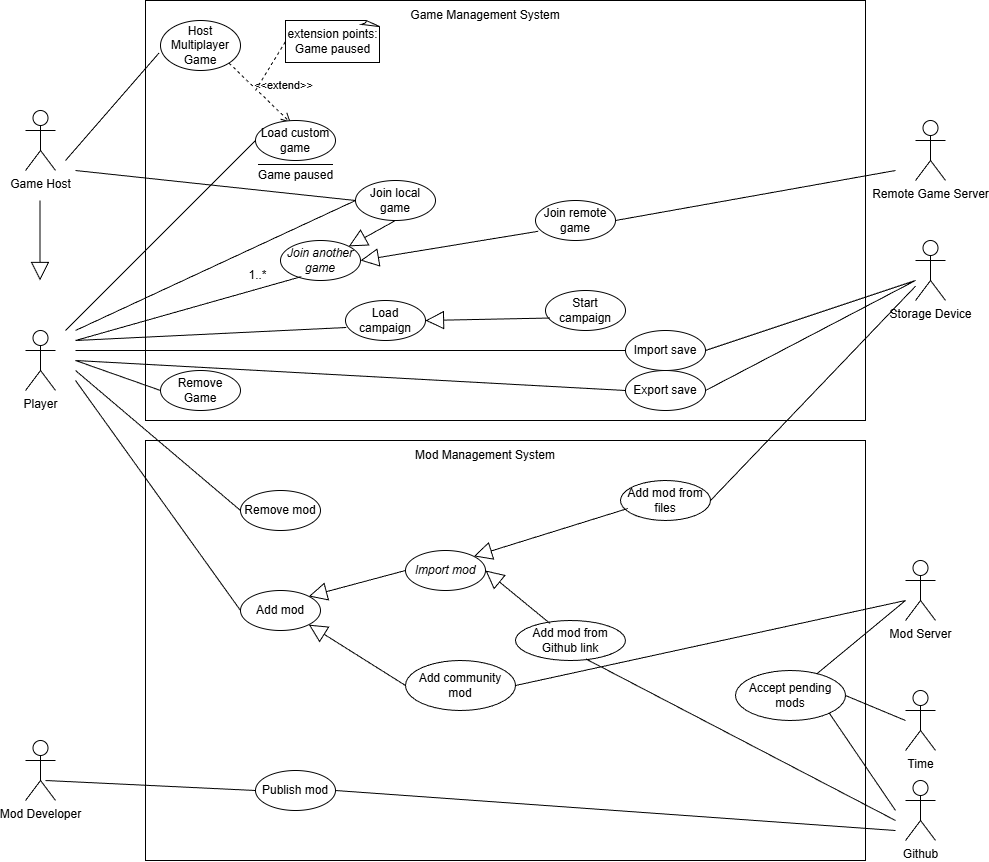
This is SE202526/Milestone2/UseCases/DiogoAntunes/UseCaseDiagram.png from gabits17/Mindustry-Add-ons-SE-Project, a draw.io export, as it was before one commit. Source tidied: cells renumbered, new cells last; positions are measured from the earlier drawing's top-left corner, leaving out a move shared by most shapes.
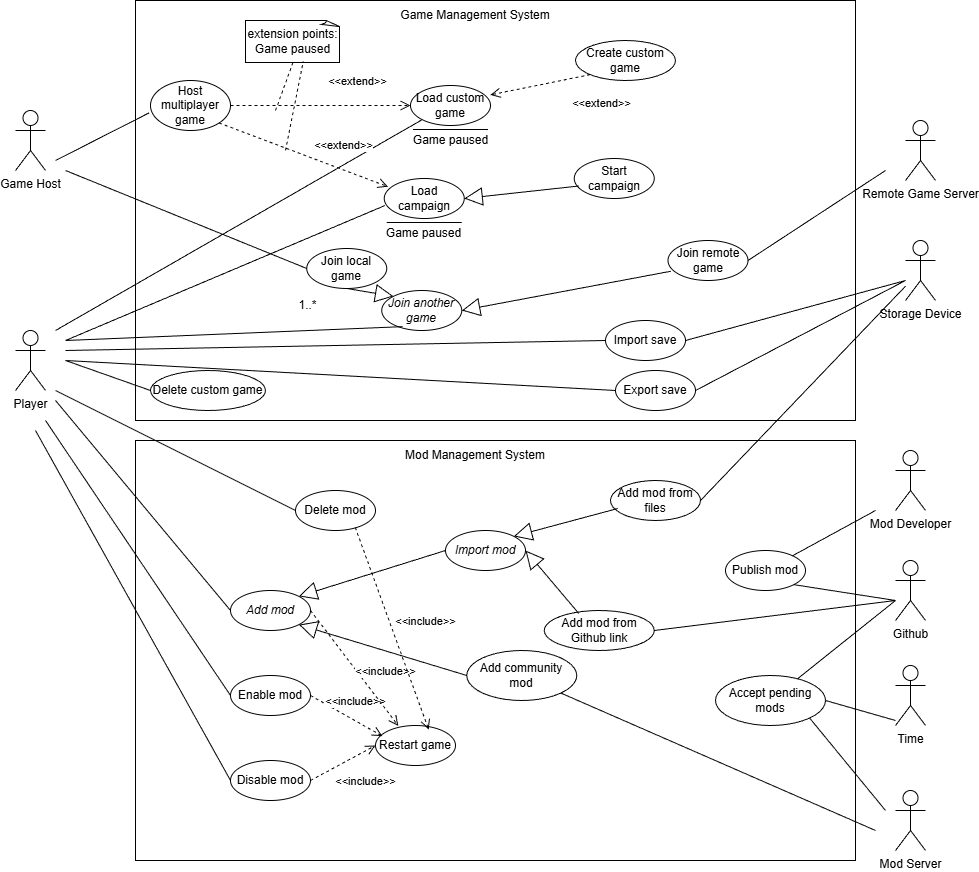
Later version of the same file.

Commit message:
Diogo Antunes 67763: Use Cases

Diff of the diagram source:
```diff
@@ -3,7 +3,7 @@
     <mxCell id="0" />
     <mxCell id="1" parent="0" />
     <mxCell id="2" value="Github" style="shape=umlActor;verticalLabelPosition=bottom;verticalAlign=top;html=1;" parent="1" vertex="1">
-      <mxGeometry x="880" y="780" width="30" height="60" as="geometry" />
+      <mxGeometry x="880" y="560" width="30" height="60" as="geometry" />
     </mxCell>
     <mxCell id="3" style="rounded=0;whiteSpace=wrap;html=1;" parent="1" vertex="1">
       <mxGeometry x="120" width="720" height="420" as="geometry" />
@@ -12,7 +12,7 @@
       <mxGeometry x="330" width="260" height="30" as="geometry" />
     </mxCell>
     <mxCell id="5" value="Mod Developer" style="shape=umlActor;verticalLabelPosition=bottom;verticalAlign=top;html=1;" parent="1" vertex="1">
-      <mxGeometry y="740" width="30" height="60" as="geometry" />
+      <mxGeometry x="880" y="450" width="30" height="60" as="geometry" />
     </mxCell>
     <mxCell id="6" value="Game Host" style="shape=umlActor;verticalLabelPosition=bottom;verticalAlign=top;html=1;" parent="1" vertex="1">
       <mxGeometry y="110" width="30" height="60" as="geometry" />
@@ -24,45 +24,39 @@
       <mxGeometry x="330" y="440" width="260" height="30" as="geometry" />
     </mxCell>
     <mxCell id="9" value="Publish mod" style="ellipse;whiteSpace=wrap;html=1;" parent="1" vertex="1">
-      <mxGeometry x="230" y="770" width="80" height="40" as="geometry" />
+      <mxGeometry x="710" y="550" width="80" height="40" as="geometry" />
     </mxCell>
-    <mxCell id="10" value="Add mod" style="ellipse;whiteSpace=wrap;html=1;" parent="1" vertex="1">
+    <mxCell id="10" value="&lt;i&gt;Add mod&lt;/i&gt;" style="ellipse;whiteSpace=wrap;html=1;" parent="1" vertex="1">
       <mxGeometry x="215" y="590" width="80" height="40" as="geometry" />
     </mxCell>
-    <mxCell id="11" value="Remove mod" style="ellipse;whiteSpace=wrap;html=1;" parent="1" vertex="1">
-      <mxGeometry x="215" y="490" width="80" height="40" as="geometry" />
+    <mxCell id="11" value="Delete mod" style="ellipse;whiteSpace=wrap;html=1;" parent="1" vertex="1">
+      <mxGeometry x="280" y="490" width="80" height="40" as="geometry" />
     </mxCell>
-    <mxCell id="12" style="endArrow=block;endSize=16;endFill=0;html=1;rounded=0;" parent="1" edge="1">
-      <mxGeometry relative="1" as="geometry">
-        <mxPoint x="14.5" y="200" as="sourcePoint" />
-        <mxPoint x="14.5" y="280" as="targetPoint" />
-      </mxGeometry>
-    </mxCell>
-    <mxCell id="13" style="endArrow=none;html=1;rounded=0;entryX=0;entryY=0.5;entryDx=0;entryDy=0;" parent="1" edge="1" target="9">
+    <mxCell id="13" style="endArrow=none;html=1;rounded=0;" parent="1" edge="1" target="9">
       <mxGeometry relative="1" as="geometry">
-        <mxPoint x="20" y="780" as="sourcePoint" />
+        <mxPoint x="860" y="510" as="sourcePoint" />
       </mxGeometry>
     </mxCell>
     <mxCell id="14" value="&lt;i&gt;Import mod&lt;/i&gt;" style="ellipse;whiteSpace=wrap;html=1;" parent="1" vertex="1">
-      <mxGeometry x="380" y="550" width="80" height="40" as="geometry" />
+      <mxGeometry x="430" y="530" width="80" height="40" as="geometry" />
     </mxCell>
     <mxCell id="15" value="Add mod from Github link" style="ellipse;whiteSpace=wrap;html=1;" parent="1" vertex="1">
-      <mxGeometry x="490" y="620" width="110" height="40" as="geometry" />
+      <mxGeometry x="528.8" y="610" width="110" height="40" as="geometry" />
     </mxCell>
     <mxCell id="16" value="Add mod from files" style="ellipse;whiteSpace=wrap;html=1;" parent="1" vertex="1">
       <mxGeometry x="595" y="480" width="90" height="40" as="geometry" />
     </mxCell>
     <mxCell id="17" value="Add community mod" style="ellipse;whiteSpace=wrap;html=1;" parent="1" vertex="1">
-      <mxGeometry x="380" y="660" width="110" height="50" as="geometry" />
+      <mxGeometry x="451.2" y="650" width="110" height="50" as="geometry" />
     </mxCell>
     <mxCell id="18" value="Mod Server" style="shape=umlActor;verticalLabelPosition=bottom;verticalAlign=top;html=1;" parent="1" vertex="1">
-      <mxGeometry x="880" y="560" width="30" height="60" as="geometry" />
+      <mxGeometry x="880" y="790" width="30" height="60" as="geometry" />
     </mxCell>
     <mxCell id="19" value="Time" style="shape=umlActor;verticalLabelPosition=bottom;verticalAlign=top;html=1;" parent="1" vertex="1">
-      <mxGeometry x="880" y="690" width="30" height="60" as="geometry" />
+      <mxGeometry x="880" y="665" width="30" height="60" as="geometry" />
     </mxCell>
     <mxCell id="20" value="Accept pending mods" style="ellipse;whiteSpace=wrap;html=1;" parent="1" vertex="1">
-      <mxGeometry x="710" y="670" width="110" height="50" as="geometry" />
+      <mxGeometry x="700" y="675" width="110" height="50" as="geometry" />
     </mxCell>
     <mxCell id="21" style="endArrow=none;html=1;rounded=0;exitX=1;exitY=0.5;exitDx=0;exitDy=0;" parent="1" edge="1" source="20">
       <mxGeometry relative="1" as="geometry">
@@ -76,12 +70,12 @@
     </mxCell>
     <mxCell id="23" style="endArrow=none;html=1;rounded=0;entryX=0;entryY=0.5;entryDx=0;entryDy=0;" parent="1" edge="1" target="10">
       <mxGeometry relative="1" as="geometry">
-        <mxPoint x="50" y="380" as="sourcePoint" />
+        <mxPoint x="40" y="400" as="sourcePoint" />
       </mxGeometry>
     </mxCell>
     <mxCell id="24" style="endArrow=none;html=1;rounded=0;entryX=0;entryY=0.5;entryDx=0;entryDy=0;" parent="1" edge="1" target="11">
       <mxGeometry relative="1" as="geometry">
-        <mxPoint x="50" y="370" as="sourcePoint" />
+        <mxPoint x="40" y="390" as="sourcePoint" />
       </mxGeometry>
     </mxCell>
     <mxCell id="25" style="endArrow=block;endSize=16;endFill=0;html=1;rounded=0;exitX=0;exitY=0.5;exitDx=0;exitDy=0;entryX=1;entryY=0;entryDx=0;entryDy=0;" parent="1" edge="1" source="14" target="10">
@@ -99,9 +93,9 @@
     <mxCell id="29" value="Player" style="shape=umlActor;verticalLabelPosition=bottom;verticalAlign=top;html=1;" parent="1" vertex="1">
       <mxGeometry y="330" width="30" height="60" as="geometry" />
     </mxCell>
-    <mxCell id="30" style="endArrow=none;html=1;rounded=0;exitX=1;exitY=0.5;exitDx=0;exitDy=0;" parent="1" edge="1" source="9">
+    <mxCell id="30" style="endArrow=none;html=1;rounded=0;exitX=1;exitY=1;exitDx=0;exitDy=0;" parent="1" edge="1" source="9">
       <mxGeometry relative="1" as="geometry">
-        <mxPoint x="870" y="830" as="targetPoint" />
+        <mxPoint x="880" y="600" as="targetPoint" />
       </mxGeometry>
     </mxCell>
     <mxCell id="31" style="endArrow=none;html=1;rounded=0;exitX=1;exitY=1;exitDx=0;exitDy=0;" parent="1" edge="1" source="20">
@@ -109,22 +103,22 @@
         <mxPoint x="870" y="810" as="targetPoint" />
       </mxGeometry>
     </mxCell>
-    <mxCell id="32" style="endArrow=none;html=1;rounded=0;exitX=0.641;exitY=0.963;exitDx=0;exitDy=0;exitPerimeter=0;" parent="1" edge="1" source="15">
+    <mxCell id="32" style="endArrow=none;html=1;rounded=0;exitX=1;exitY=0.5;exitDx=0;exitDy=0;" parent="1" edge="1" source="15">
       <mxGeometry relative="1" as="geometry">
-        <mxPoint x="870" y="820" as="targetPoint" />
+        <mxPoint x="880" y="600" as="targetPoint" />
       </mxGeometry>
     </mxCell>
     <mxCell id="33" value="Storage Device" style="shape=umlActor;verticalLabelPosition=bottom;verticalAlign=top;html=1;" parent="1" vertex="1">
       <mxGeometry x="890" y="240" width="30" height="60" as="geometry" />
     </mxCell>
-    <mxCell id="34" value="Remove Game" style="ellipse;whiteSpace=wrap;html=1;" parent="1" vertex="1">
-      <mxGeometry x="135" y="370" width="80" height="40" as="geometry" />
+    <mxCell id="34" value="Delete custom game" style="ellipse;whiteSpace=wrap;html=1;" parent="1" vertex="1">
+      <mxGeometry x="135" y="370" width="115" height="40" as="geometry" />
     </mxCell>
     <mxCell id="35" value="Export save" style="ellipse;whiteSpace=wrap;html=1;" parent="1" vertex="1">
       <mxGeometry x="600" y="370" width="80" height="40" as="geometry" />
     </mxCell>
     <mxCell id="36" value="Import save" style="ellipse;whiteSpace=wrap;html=1;" parent="1" vertex="1">
-      <mxGeometry x="600" y="330" width="80" height="40" as="geometry" />
+      <mxGeometry x="590" y="320" width="80" height="40" as="geometry" />
     </mxCell>
     <mxCell id="37" style="endArrow=none;html=1;rounded=0;entryX=1;entryY=0.5;entryDx=0;entryDy=0;" parent="1" edge="1" source="33" target="16">
       <mxGeometry relative="1" as="geometry" />
@@ -139,14 +133,14 @@
         <mxPoint x="890" y="280" as="sourcePoint" />
       </mxGeometry>
     </mxCell>
-    <mxCell id="40" value="Host Multiplayer Game" style="ellipse;whiteSpace=wrap;html=1;" parent="1" vertex="1">
-      <mxGeometry x="135" y="20" width="80" height="50" as="geometry" />
+    <mxCell id="40" value="Host multiplayer game" style="ellipse;whiteSpace=wrap;html=1;" parent="1" vertex="1">
+      <mxGeometry x="135" y="80" width="80" height="50" as="geometry" />
     </mxCell>
     <mxCell id="41" value="Load campaign" style="ellipse;whiteSpace=wrap;html=1;" parent="1" vertex="1">
-      <mxGeometry x="320" y="300" width="80" height="40" as="geometry" />
+      <mxGeometry x="368.8" y="178" width="80" height="40" as="geometry" />
     </mxCell>
     <mxCell id="42" value="Start campaign" style="ellipse;whiteSpace=wrap;html=1;" parent="1" vertex="1">
-      <mxGeometry x="520" y="290" width="80" height="40" as="geometry" />
+      <mxGeometry x="558.8" y="158" width="80" height="40" as="geometry" />
     </mxCell>
     <mxCell id="43" style="endArrow=block;endSize=16;endFill=0;html=1;rounded=0;exitX=0.056;exitY=0.688;exitDx=0;exitDy=0;exitPerimeter=0;entryX=1;entryY=0.5;entryDx=0;entryDy=0;" parent="1" edge="1" source="42" target="41">
       <mxGeometry relative="1" as="geometry" />
@@ -156,30 +150,30 @@
         <mxPoint x="40" y="160" as="sourcePoint" />
       </mxGeometry>
     </mxCell>
-    <mxCell id="45" value="&amp;lt;&amp;lt;extend&amp;gt;&amp;gt;" style="html=1;verticalAlign=bottom;endArrow=open;dashed=1;endSize=8;curved=0;rounded=0;entryX=0.442;entryY=0.06;entryDx=0;entryDy=0;exitX=1;exitY=1;exitDx=0;exitDy=0;entryPerimeter=0;" parent="1" edge="1" source="40" target="49">
+    <mxCell id="45" value="&amp;lt;&amp;lt;extend&amp;gt;&amp;gt;" style="html=1;verticalAlign=bottom;endArrow=open;dashed=1;endSize=8;curved=0;rounded=0;entryX=0;entryY=0.5;entryDx=0;entryDy=0;exitX=1;exitY=0.5;exitDx=0;exitDy=0;" parent="1" edge="1" source="40" target="49">
       <mxGeometry x="0.41" y="15" relative="1" as="geometry" />
     </mxCell>
     <mxCell id="46" value="extension points:&lt;div&gt;Game paused&lt;/div&gt;" style="whiteSpace=wrap;html=1;shape=mxgraph.basic.document;" parent="1" vertex="1">
-      <mxGeometry x="260" y="20" width="95" height="42" as="geometry" />
+      <mxGeometry x="230" y="20" width="95" height="42" as="geometry" />
     </mxCell>
-    <mxCell id="47" style="endArrow=none;dashed=1;html=1;rounded=0;entryX=0;entryY=0.5;entryDx=0;entryDy=0;entryPerimeter=0;" parent="1" edge="1" target="46">
+    <mxCell id="47" style="endArrow=none;dashed=1;html=1;rounded=0;entryX=0.5;entryY=1;entryDx=0;entryDy=0;entryPerimeter=0;" parent="1" edge="1" target="46">
       <mxGeometry relative="1" as="geometry">
-        <mxPoint x="230" y="90" as="sourcePoint" />
+        <mxPoint x="260" y="110" as="sourcePoint" />
       </mxGeometry>
     </mxCell>
-    <mxCell id="48" style="endArrow=none;html=1;rounded=0;exitX=1;exitY=0.5;exitDx=0;exitDy=0;" parent="1" edge="1" source="17">
+    <mxCell id="48" style="endArrow=none;html=1;rounded=0;exitX=1;exitY=1;exitDx=0;exitDy=0;" parent="1" edge="1" source="17">
       <mxGeometry relative="1" as="geometry">
-        <mxPoint x="880" y="600" as="targetPoint" />
+        <mxPoint x="860" y="830" as="targetPoint" />
       </mxGeometry>
     </mxCell>
     <mxCell id="49" value="Load custom game" style="ellipse;whiteSpace=wrap;html=1;" parent="1" vertex="1">
-      <mxGeometry x="230" y="120" width="80" height="40" as="geometry" />
+      <mxGeometry x="395" y="85" width="80" height="40" as="geometry" />
     </mxCell>
     <mxCell id="50" value="Game paused" style="text;html=1;whiteSpace=wrap;strokeColor=none;fillColor=none;align=center;verticalAlign=middle;rounded=0;" parent="1" vertex="1">
-      <mxGeometry x="227.5" y="160" width="85" height="30" as="geometry" />
+      <mxGeometry x="392.5" y="125" width="85" height="30" as="geometry" />
     </mxCell>
     <mxCell id="51" style="line;strokeWidth=1;fillColor=none;align=left;verticalAlign=middle;spacingTop=-1;spacingLeft=3;spacingRight=3;labelPosition=right;strokeColor=inherit;" parent="1" vertex="1">
-      <mxGeometry x="232.5" y="160" width="75" height="8" as="geometry" />
+      <mxGeometry x="397.5" y="125" width="75" height="8" as="geometry" />
     </mxCell>
     <mxCell id="52" style="endArrow=none;html=1;rounded=0;entryX=0;entryY=0.5;entryDx=0;entryDy=0;" parent="1" edge="1" target="34">
       <mxGeometry relative="1" as="geometry">
@@ -191,12 +185,7 @@
         <mxPoint x="50" y="360" as="sourcePoint" />
       </mxGeometry>
     </mxCell>
-    <mxCell id="54" style="endArrow=none;html=1;rounded=0;entryX=0;entryY=0.5;entryDx=0;entryDy=0;" parent="1" edge="1" target="36">
-      <mxGeometry relative="1" as="geometry">
-        <mxPoint x="50" y="350" as="sourcePoint" />
-      </mxGeometry>
-    </mxCell>
-    <mxCell id="55" style="endArrow=none;html=1;rounded=0;entryX=0;entryY=0.5;entryDx=0;entryDy=0;" parent="1" edge="1" target="49">
+    <mxCell id="55" style="endArrow=none;html=1;rounded=0;entryX=0;entryY=1;entryDx=0;entryDy=0;" parent="1" edge="1" target="49">
       <mxGeometry relative="1" as="geometry">
         <mxPoint x="40" y="330" as="sourcePoint" />
       </mxGeometry>
@@ -207,7 +196,7 @@
       </mxGeometry>
     </mxCell>
     <mxCell id="57" value="&lt;i&gt;Join another game&lt;/i&gt;" style="ellipse;whiteSpace=wrap;html=1;" parent="1" vertex="1">
-      <mxGeometry x="255" y="240" width="80" height="40" as="geometry" />
+      <mxGeometry x="366.2" y="290" width="80" height="40" as="geometry" />
     </mxCell>
     <mxCell id="58" style="endArrow=none;html=1;rounded=0;entryX=0.259;entryY=0.904;entryDx=0;entryDy=0;entryPerimeter=0;" parent="1" edge="1" target="57">
       <mxGeometry relative="1" as="geometry">
@@ -215,17 +204,17 @@
       </mxGeometry>
     </mxCell>
     <mxCell id="59" value="Join local game" style="ellipse;whiteSpace=wrap;html=1;" parent="1" vertex="1">
-      <mxGeometry x="330" y="180" width="80" height="40" as="geometry" />
+      <mxGeometry x="291.2" y="248" width="80" height="40" as="geometry" />
     </mxCell>
     <mxCell id="60" value="Join remote game" style="ellipse;whiteSpace=wrap;html=1;" parent="1" vertex="1">
-      <mxGeometry x="510" y="200" width="80" height="40" as="geometry" />
+      <mxGeometry x="652.5" y="240" width="80" height="40" as="geometry" />
     </mxCell>
     <mxCell id="61" style="endArrow=none;html=1;rounded=0;entryX=0;entryY=0.5;entryDx=0;entryDy=0;" parent="1" edge="1" target="59">
       <mxGeometry relative="1" as="geometry">
         <mxPoint x="50" y="170" as="sourcePoint" />
       </mxGeometry>
     </mxCell>
-    <mxCell id="62" style="endArrow=block;endSize=16;endFill=0;html=1;rounded=0;exitX=0.5;exitY=1;exitDx=0;exitDy=0;entryX=1;entryY=0;entryDx=0;entryDy=0;" parent="1" edge="1" source="59" target="57">
+    <mxCell id="62" style="endArrow=block;endSize=16;endFill=0;html=1;rounded=0;exitX=0.5;exitY=1;exitDx=0;exitDy=0;entryX=0;entryY=0;entryDx=0;entryDy=0;" parent="1" edge="1" source="59" target="57">
       <mxGeometry relative="1" as="geometry" />
     </mxCell>
     <mxCell id="63" style="endArrow=block;endSize=16;endFill=0;html=1;rounded=0;exitX=0.035;exitY=0.769;exitDx=0;exitDy=0;entryX=1;entryY=0.5;entryDx=0;entryDy=0;exitPerimeter=0;" parent="1" edge="1" source="60" target="57">
@@ -239,13 +228,66 @@
     <mxCell id="65" value="Remote Game Server" style="shape=umlActor;verticalLabelPosition=bottom;verticalAlign=top;html=1;" parent="1" vertex="1">
       <mxGeometry x="890" y="120" width="30" height="60" as="geometry" />
     </mxCell>
-    <mxCell id="66" style="endArrow=none;html=1;rounded=0;entryX=0;entryY=0.5;entryDx=0;entryDy=0;" parent="1" edge="1" target="59">
-      <mxGeometry relative="1" as="geometry">
-        <mxPoint x="50" y="330" as="sourcePoint" />
-      </mxGeometry>
-    </mxCell>
     <mxCell id="67" value="1..*" style="text;html=1;whiteSpace=wrap;strokeColor=none;fillColor=none;align=center;verticalAlign=middle;rounded=0;" parent="1" vertex="1">
-      <mxGeometry x="215" y="260" width="35" height="30" as="geometry" />
+      <mxGeometry x="275" y="290" width="35" height="30" as="geometry" />
     </mxCell>
+    <mxCell id="68" value="Create custom game" style="ellipse;whiteSpace=wrap;html=1;" parent="1" vertex="1">
+      <mxGeometry x="560" y="40" width="100" height="40" as="geometry" />
+    </mxCell>
+    <mxCell id="69" value="&amp;lt;&amp;lt;extend&amp;gt;&amp;gt;" style="html=1;verticalAlign=bottom;endArrow=open;dashed=1;endSize=8;curved=0;rounded=0;exitX=0;exitY=1;exitDx=0;exitDy=0;entryX=0.998;entryY=0.235;entryDx=0;entryDy=0;entryPerimeter=0;" parent="1" edge="1" source="68" target="49">
+      <mxGeometry x="-1" y="41" relative="1" as="geometry">
+        <mxPoint x="3" y="-2" as="offset" />
+      </mxGeometry>
+    </mxCell>
+    <mxCell id="70" style="endArrow=none;html=1;rounded=0;entryX=0;entryY=0.5;entryDx=0;entryDy=0;" parent="1" edge="1" target="36">
+      <mxGeometry relative="1" as="geometry">
+        <mxPoint x="50" y="350" as="sourcePoint" />
+      </mxGeometry>
+    </mxCell>
+    <mxCell id="71" value="Game paused" style="text;html=1;whiteSpace=wrap;strokeColor=none;fillColor=none;align=center;verticalAlign=middle;rounded=0;" parent="1" vertex="1">
+      <mxGeometry x="366.2" y="218" width="85" height="30" as="geometry" />
+    </mxCell>
+    <mxCell id="72" style="line;strokeWidth=1;fillColor=none;align=left;verticalAlign=middle;spacingTop=-1;spacingLeft=3;spacingRight=3;labelPosition=right;strokeColor=inherit;" parent="1" vertex="1">
+      <mxGeometry x="371.2" y="218" width="75" height="8" as="geometry" />
+    </mxCell>
+    <mxCell id="73" value="&amp;lt;&amp;lt;extend&amp;gt;&amp;gt;" style="html=1;verticalAlign=bottom;endArrow=open;dashed=1;endSize=8;curved=0;rounded=0;entryX=0.047;entryY=0.206;entryDx=0;entryDy=0;exitX=1;exitY=1;exitDx=0;exitDy=0;entryPerimeter=0;" parent="1" edge="1" source="40" target="41">
+      <mxGeometry x="0.41" y="15" relative="1" as="geometry" />
+    </mxCell>
+    <mxCell id="74" style="endArrow=none;dashed=1;html=1;rounded=0;entryX=0.608;entryY=0.978;entryDx=0;entryDy=0;entryPerimeter=0;" parent="1" edge="1" target="46">
+      <mxGeometry relative="1" as="geometry">
+        <mxPoint x="270" y="150" as="sourcePoint" />
+      </mxGeometry>
+    </mxCell>
+    <mxCell id="75" value="Enable mod" style="ellipse;whiteSpace=wrap;html=1;" parent="1" vertex="1">
+      <mxGeometry x="215" y="675" width="80" height="40" as="geometry" />
+    </mxCell>
+    <mxCell id="76" value="Disable mod" style="ellipse;whiteSpace=wrap;html=1;" parent="1" vertex="1">
+      <mxGeometry x="215" y="760" width="80" height="40" as="geometry" />
+    </mxCell>
+    <mxCell id="77" style="endArrow=none;html=1;rounded=0;entryX=0;entryY=0.5;entryDx=0;entryDy=0;" parent="1" edge="1" target="75">
+      <mxGeometry relative="1" as="geometry">
+        <mxPoint x="30" y="420" as="sourcePoint" />
+      </mxGeometry>
+    </mxCell>
+    <mxCell id="78" value="Restart game" style="ellipse;whiteSpace=wrap;html=1;" parent="1" vertex="1">
+      <mxGeometry x="360" y="725" width="80" height="40" as="geometry" />
+    </mxCell>
+    <mxCell id="79" value="&amp;lt;&amp;lt;include&amp;gt;&amp;gt;" style="html=1;verticalAlign=bottom;endArrow=open;dashed=1;endSize=8;curved=0;rounded=0;entryX=0;entryY=0.5;entryDx=0;entryDy=0;exitX=1;exitY=0.5;exitDx=0;exitDy=0;" parent="1" edge="1" source="76" target="78">
+      <mxGeometry x="0.18" y="-35" relative="1" as="geometry" />
+    </mxCell>
+    <mxCell id="80" value="&amp;lt;&amp;lt;include&amp;gt;&amp;gt;" style="html=1;verticalAlign=bottom;endArrow=open;dashed=1;endSize=8;curved=0;rounded=0;entryX=0.086;entryY=0.265;entryDx=0;entryDy=0;exitX=1;exitY=0.5;exitDx=0;exitDy=0;entryPerimeter=0;" parent="1" edge="1" source="75" target="78">
+      <mxGeometry x="0.13" y="9" relative="1" as="geometry" />
+    </mxCell>
+    <mxCell id="81" value="&amp;lt;&amp;lt;include&amp;gt;&amp;gt;" style="html=1;verticalAlign=bottom;endArrow=open;dashed=1;endSize=8;curved=0;rounded=0;entryX=0.286;entryY=0.009;entryDx=0;entryDy=0;exitX=1;exitY=0.5;exitDx=0;exitDy=0;entryPerimeter=0;" parent="1" edge="1" source="10" target="78">
+      <mxGeometry x="0.39" y="17" relative="1" as="geometry" />
+    </mxCell>
+    <mxCell id="82" value="&amp;lt;&amp;lt;include&amp;gt;&amp;gt;" style="html=1;verticalAlign=bottom;endArrow=open;dashed=1;endSize=8;curved=0;rounded=0;entryX=0.665;entryY=0.102;entryDx=0;entryDy=0;exitX=0.747;exitY=0.923;exitDx=0;exitDy=0;exitPerimeter=0;entryPerimeter=0;" parent="1" edge="1" source="11" target="78">
+      <mxGeometry x="0.12" y="31" relative="1" as="geometry" />
+    </mxCell>
+    <mxCell id="83" style="endArrow=none;html=1;rounded=0;entryX=0;entryY=0.5;entryDx=0;entryDy=0;" parent="1" edge="1" target="76">
+      <mxGeometry relative="1" as="geometry">
+        <mxPoint x="20" y="430" as="sourcePoint" />
+      </mxGeometry>
+    </mxCell>
   </root>
 </mxGraphModel>
```
